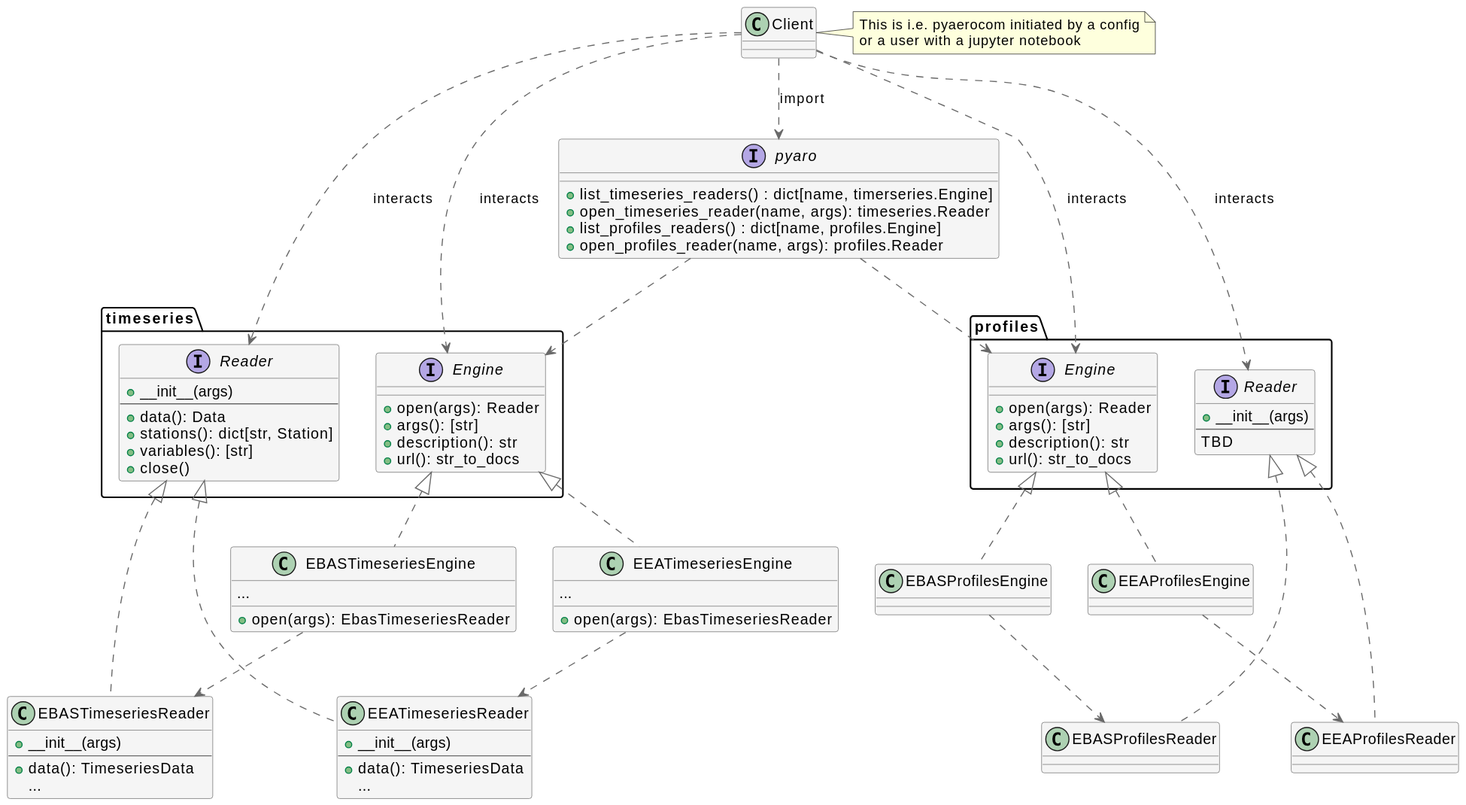
The PlantUML diagram docs/pics/ReaderFactory.svg in metno/pyaro, before a commit.
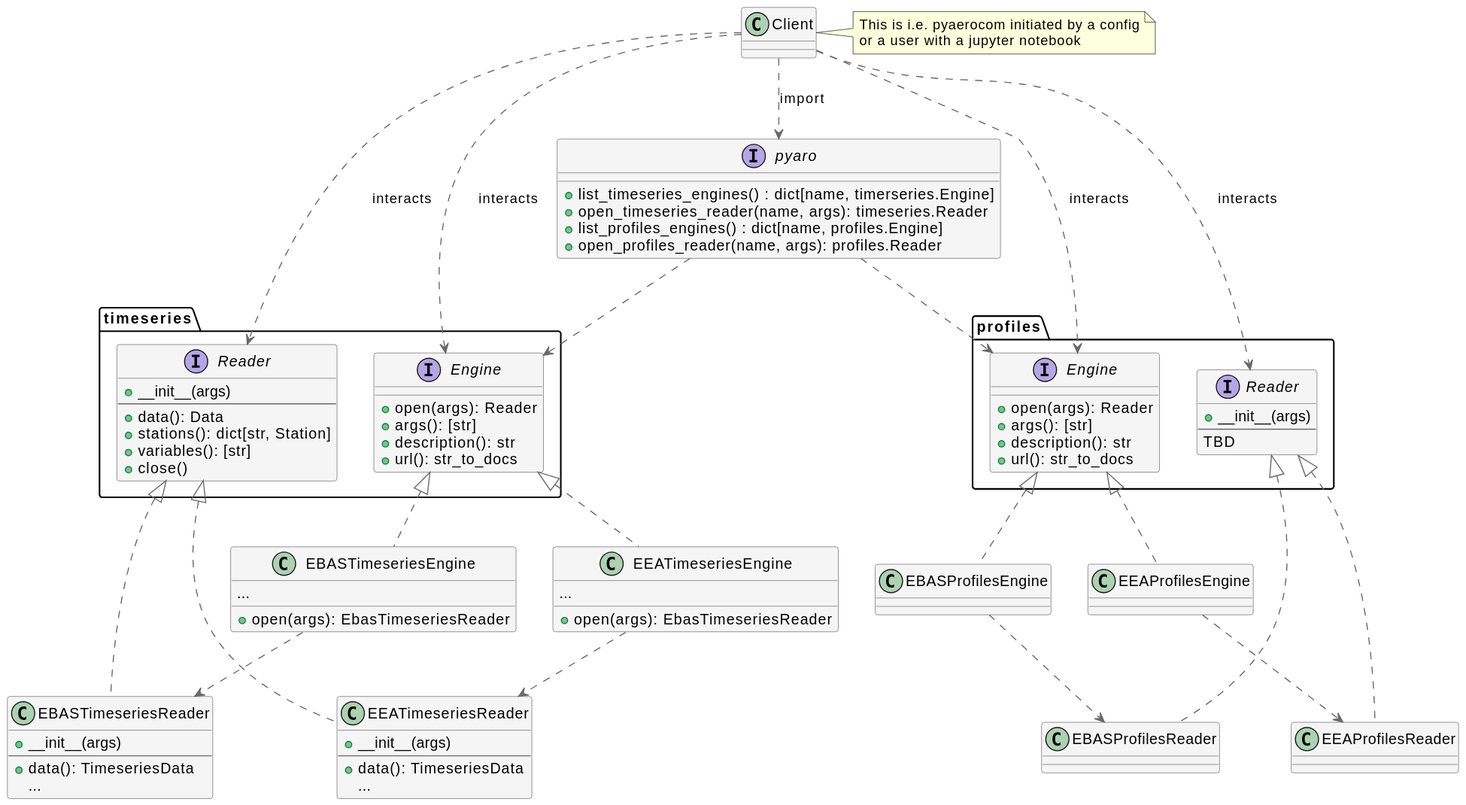
After the commit.

The edit, as a diff of the source:
```diff
@@ -14,9 +14,9 @@
 end note
 
 interface pyaro {
-  + list_timeseries_readers() : dict[name, timerseries.Engine]
+  + list_timeseries_engines() : dict[name, timerseries.Engine]
   + open_timeseries_reader(name, args): timeseries.Reader
-  + list_profiles_readers() : dict[name, profiles.Engine]
+  + list_profiles_engines() : dict[name, profiles.Engine]
   + open_profiles_reader(name, args): profiles.Reader
 }
 
```
